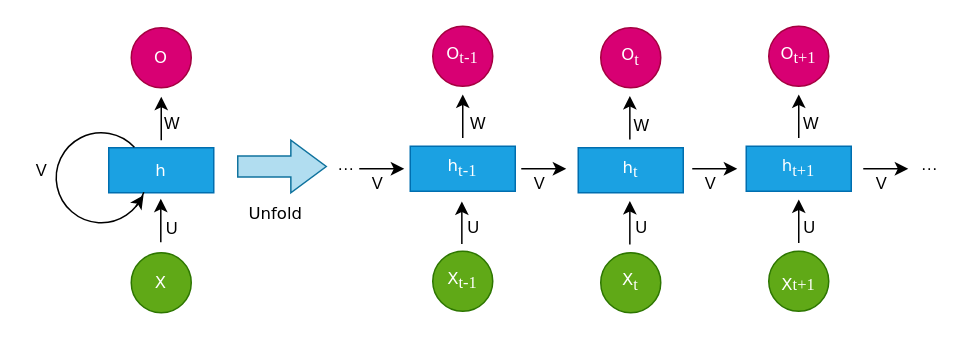
Above: page "第 3 页" (3 of 4) of 未命名绘图.drawio in Byomyyt/GnTCN (draw.io), before the change. Source tidied: cells renumbered, new cells numbered last; positions are measured from the earlier drawing's top-left corner, leaving out a move shared by most shapes. Both pictures are drawn from the tidied source at 150%, with x=0, y=0 at pixel (26, 26).
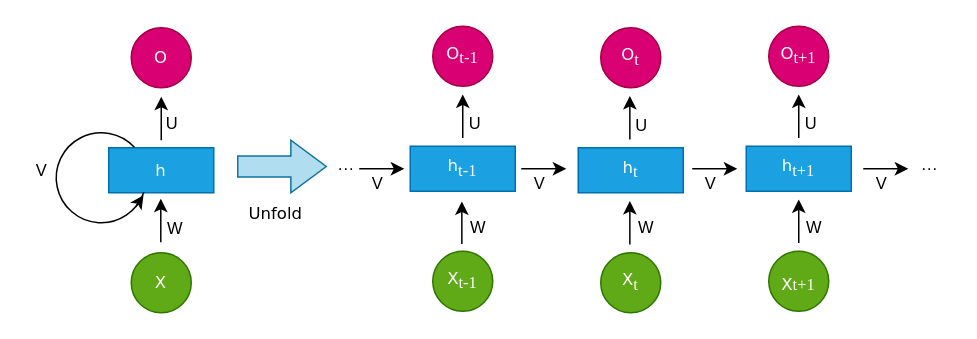
The same page after the edit.

Commit message:
更新未命名绘图.drawio

Change to the diagram source:
```diff
@@
-    <mxCell id="5" value="U" style="text;html=1;align=center;verticalAlign=middle;strokeColor=none;fillColor=none;fontSize=11;fontStyle=0;" parent="1" vertex="1">
-      <mxGeometry x="87" y="125" width="20" height="20" as="geometry" />
+    <mxCell id="5" value="W" style="text;html=1;align=center;verticalAlign=middle;strokeColor=none;fillColor=none;fontSize=11;fontStyle=0;" parent="1" vertex="1">
+      <mxGeometry x="84" y="125" width="30" height="20" as="geometry" />
     </mxCell>
-    <mxCell id="6" value="&lt;font style=&quot;font-size: 11px&quot;&gt;W&lt;/font&gt;" style="text;html=1;align=center;verticalAlign=middle;strokeColor=none;fillColor=none;strokeWidth=1;fontSize=11;fontStyle=0;" parent="1" vertex="1">
-      <mxGeometry x="82" y="55" width="30" height="20" as="geometry" />
+    <mxCell id="6" value="U" style="text;html=1;align=center;verticalAlign=middle;strokeColor=none;fillColor=none;strokeWidth=1;fontSize=11;fontStyle=0;" parent="1" vertex="1">
+      <mxGeometry x="87" y="55" width="20" height="20" as="geometry" />
     </mxCell>
@@
-    <mxCell id="14" value="U" style="text;html=1;align=center;verticalAlign=middle;strokeColor=none;fillColor=none;fontSize=11;fontStyle=0;" parent="1" vertex="1">
-      <mxGeometry x="288" y="124" width="20" height="20" as="geometry" />
+    <mxCell id="14" value="W" style="text;html=1;align=center;verticalAlign=middle;strokeColor=none;fillColor=none;fontSize=11;fontStyle=0;" parent="1" vertex="1">
+      <mxGeometry x="286" y="124" width="30" height="20" as="geometry" />
     </mxCell>
-    <mxCell id="15" value="&lt;font style=&quot;font-size: 11px;&quot;&gt;W&lt;/font&gt;" style="text;html=1;align=center;verticalAlign=middle;strokeColor=none;fillColor=none;strokeWidth=1;fontSize=11;fontStyle=0;" parent="1" vertex="1">
-      <mxGeometry x="286" y="55" width="30" height="20" as="geometry" />
+    <mxCell id="15" value="&lt;font style=&quot;font-size: 11px&quot;&gt;U&lt;/font&gt;" style="text;html=1;align=center;verticalAlign=middle;strokeColor=none;fillColor=none;strokeWidth=1;fontSize=11;fontStyle=0;" parent="1" vertex="1">
+      <mxGeometry x="289" y="55" width="20" height="20" as="geometry" />
     </mxCell>
@@
-    <mxCell id="19" value="U" style="text;html=1;align=center;verticalAlign=middle;strokeColor=none;fillColor=none;fontSize=11;fontStyle=0;" parent="1" vertex="1">
-      <mxGeometry x="400" y="124" width="20" height="20" as="geometry" />
+    <mxCell id="19" value="W" style="text;html=1;align=center;verticalAlign=middle;strokeColor=none;fillColor=none;fontSize=11;fontStyle=0;" parent="1" vertex="1">
+      <mxGeometry x="398" y="124" width="30" height="20" as="geometry" />
     </mxCell>
-    <mxCell id="20" value="&lt;font style=&quot;font-size: 11px;&quot;&gt;W&lt;/font&gt;" style="text;html=1;align=center;verticalAlign=middle;strokeColor=none;fillColor=none;strokeWidth=1;fontSize=11;fontStyle=0;" parent="1" vertex="1">
-      <mxGeometry x="395" y="56" width="30" height="20" as="geometry" />
+    <mxCell id="20" value="U" style="text;html=1;align=center;verticalAlign=middle;strokeColor=none;fillColor=none;strokeWidth=1;fontSize=11;fontStyle=0;" parent="1" vertex="1">
+      <mxGeometry x="400" y="56" width="20" height="20" as="geometry" />
     </mxCell>
@@
-    <mxCell id="24" value="U" style="text;html=1;align=center;verticalAlign=middle;strokeColor=none;fillColor=none;fontSize=11;fontStyle=0;" parent="1" vertex="1">
-      <mxGeometry x="512" y="124" width="20" height="20" as="geometry" />
+    <mxCell id="24" value="W" style="text;html=1;align=center;verticalAlign=middle;strokeColor=none;fillColor=none;fontSize=11;fontStyle=0;" parent="1" vertex="1">
+      <mxGeometry x="510" y="124" width="30" height="20" as="geometry" />
     </mxCell>
-    <mxCell id="25" value="&lt;font style=&quot;font-size: 11px;&quot;&gt;W&lt;/font&gt;" style="text;html=1;align=center;verticalAlign=middle;strokeColor=none;fillColor=none;strokeWidth=1;fontSize=11;fontStyle=0;" parent="1" vertex="1">
-      <mxGeometry x="508" y="55" width="30" height="20" as="geometry" />
+    <mxCell id="25" value="U" style="text;html=1;align=center;verticalAlign=middle;strokeColor=none;fillColor=none;strokeWidth=1;fontSize=11;fontStyle=0;" parent="1" vertex="1">
+      <mxGeometry x="513" y="55" width="20" height="20" as="geometry" />
     </mxCell>
```
